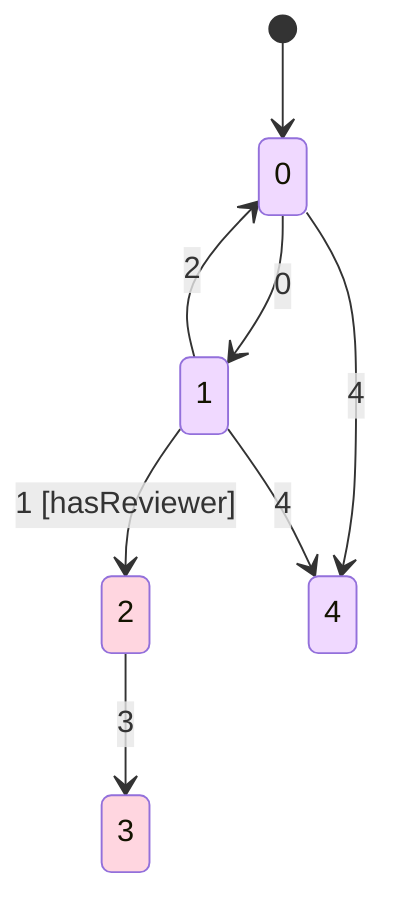
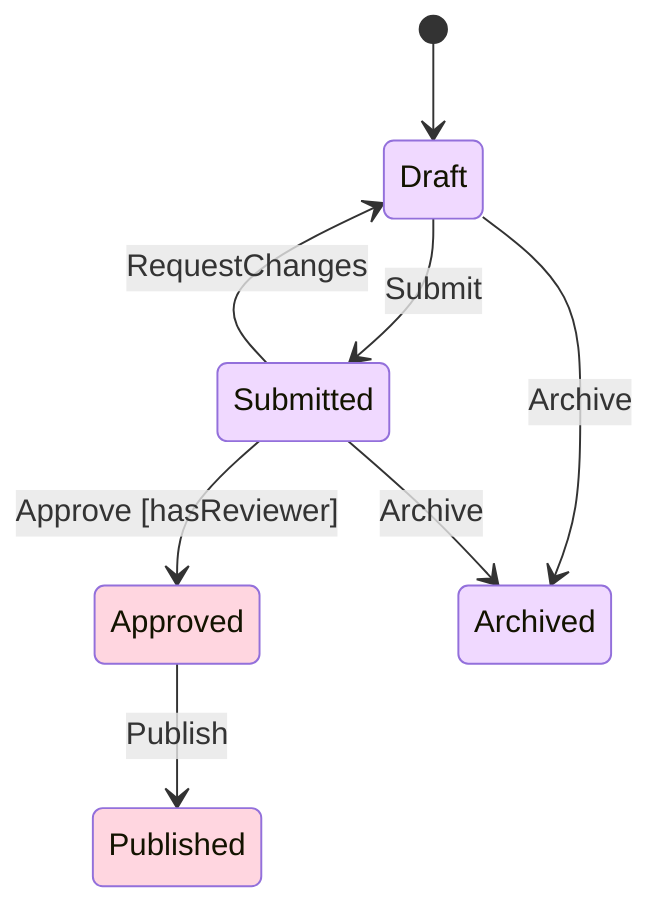
stateDiagram-v2
-     [*] --> 0
-     0 --> 1: 0
-     0 --> 4: 4
-     1 --> 2: 1 [hasReviewer]
-     1 --> 0: 2
-     1 --> 4: 4
-     2 --> 3: 3
+     [*] --> Draft
+     Approved --> Published: Publish
+     Draft --> Archived: Archive
+     Draft --> Submitted: Submit
+     Submitted --> Approved: Approve [hasReviewer]
+     Submitted --> Archived: Archive
+     Submitted --> Draft: RequestChanges
    classDef owner_Author fill:#f0d9ff
    classDef owner_Reviewer fill:#ffd6e0
-     class 0,1,4 owner_Author
-     class 2,3 owner_Reviewer
+     class Archived,Draft,Submitted owner_Author
+     class Approved,Published owner_Reviewer
